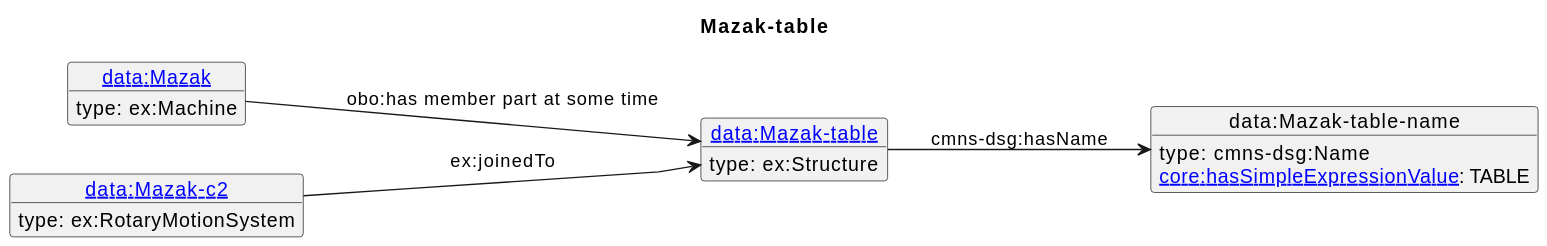
iofoundry/example-syseng-mtconnect keeps this PlantUML diagram as diagrams/Mazak-table.svg. Above is the earlier version.
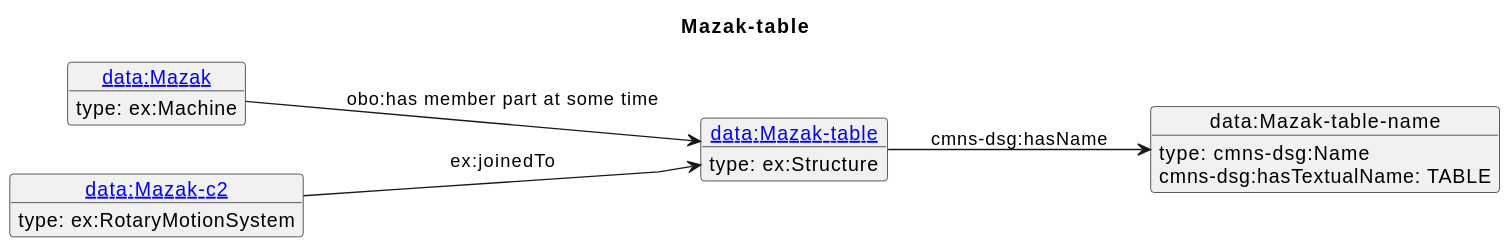
Above is the later version.

Change to the diagram source:
```diff
@@ -15,7 +15,7 @@
  type: ex:RotaryMotionSystem
 }
 o1 --> o2 : cmns-dsg:hasName
-o2 : [[https://spec.industrialontologies.org/ontology/core/Core/hasSimpleExpressionValue core:hasSimpleExpressionValue]]: TABLE
+o2 : cmns-dsg:hasTextualName: TABLE
 o3 --> o1 : obo:has member part at some time
 o4 --> o1 : ex:joinedTo
 @enduml
```
